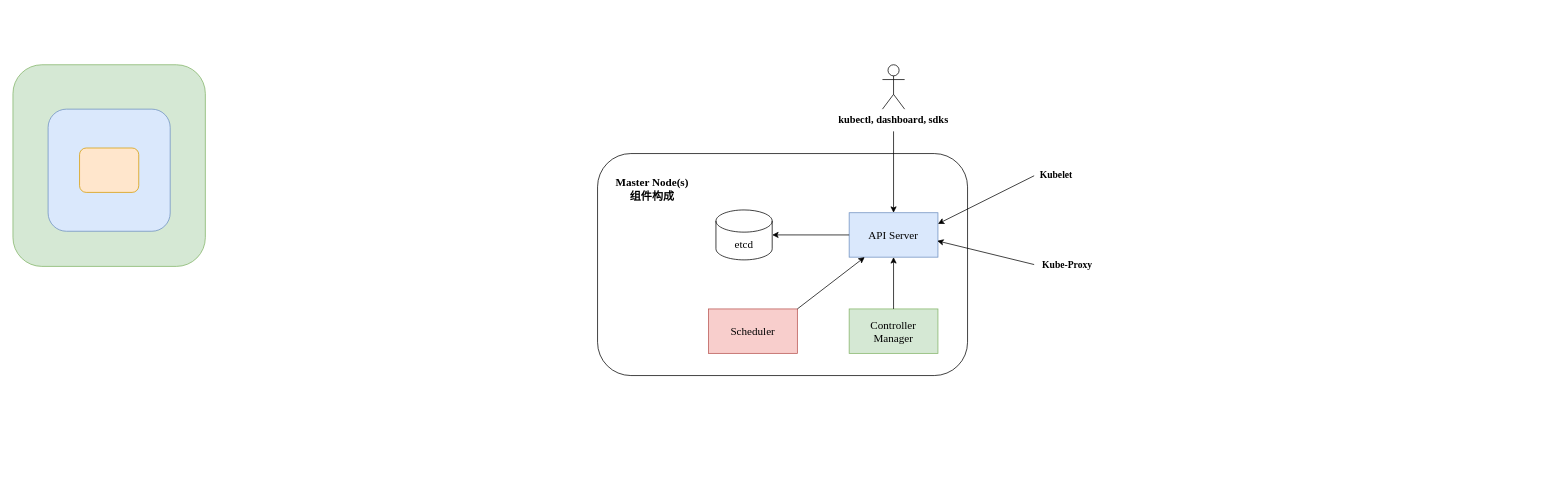
Earlier version of the draw.io diagram k8s.drawio (YingSi163/Effy). Source tidied: cells renumbered, new cells numbered last; positions are measured from the earlier drawing's top-left corner, leaving out a move shared by most shapes. Both pictures are drawn from the tidied source at 74%, with x=0, y=0 at pixel (13, 64).
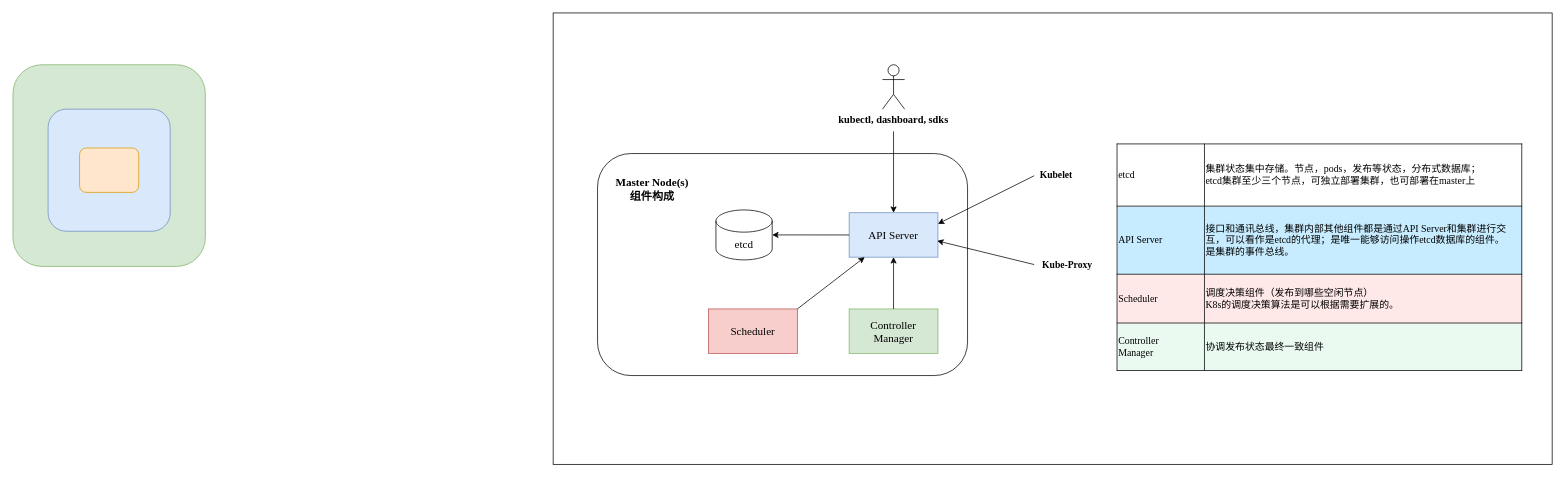
Above is the later version.

What changed in the source:
```diff
@@
+    <mxCell id="21" style="rounded=0;whiteSpace=wrap;html=1;labelBackgroundColor=none;labelBorderColor=default;fontFamily=Times New Roman;fontSize=15;" parent="1" vertex="1">
+      <mxGeometry x="730" y="-70" width="1350" height="610" as="geometry" />
+    </mxCell>
@@
+    <mxCell id="22" value="&lt;table style=&quot;border-collapse:collapse&quot;&gt;&lt;colgroup&gt;&lt;col style=&quot;width: 139px;&quot; width=&quot;139&quot;&gt;&lt;col style=&quot;width: 564px;&quot; width=&quot;564&quot;&gt;&lt;/colgroup&gt;&lt;tbody&gt;&lt;tr style=&quot;mso-height-source:userset;height:84px;&quot; height=&quot;84&quot;&gt;&lt;td style=&quot;font-size:10pt;color:#000000;border-left: .5pt solid #000000;border-top: .5pt solid #000000;border-right: .5pt solid #000000;border-bottom: .5pt solid #000000;text-align:left;mso-number-format: 'General';&quot;&gt;&lt;font style=&quot;font-size:10pt;color:#000000;&quot;&gt;etcd&lt;/font&gt;&lt;/td&gt;&lt;td style=&quot;font-size: 10pt; color: rgb(0, 0, 0); border-width: 0.5pt; border-style: solid; border-color: rgb(0, 0, 0); text-align: left;&quot;&gt;&lt;font style=&quot;font-size:10pt;color:#000000;&quot;&gt;集群状态集中存储。节点，pods，发布等状态，分布式数据库；&lt;br style=&quot;mso-data-placement:same-cell;&quot;&gt;etcd集群至少三个节点，可独立部署集群，也可部署在master上&lt;/font&gt;&lt;/td&gt;&lt;/tr&gt;&lt;tr style=&quot;mso-height-source:userset;height:92px;&quot; height=&quot;92&quot;&gt;&lt;td style=&quot;background-color:#c7ecff;font-size:10pt;color:#000000;border-left: .5pt solid #000000;border-top: .5pt solid #000000;border-right: .5pt solid #000000;border-bottom: .5pt solid #000000;text-align:left;mso-number-format: 'General';&quot;&gt;&lt;font style=&quot;font-size:10pt;color:#000000;&quot;&gt;API Server&lt;/font&gt;&lt;/td&gt;&lt;td style=&quot;background-color: rgb(199, 236, 255); font-size: 10pt; color: rgb(0, 0, 0); border-width: 0.5pt; border-style: solid; border-color: rgb(0, 0, 0); text-align: left;&quot;&gt;&lt;font style=&quot;font-size:10pt;color:#000000;&quot;&gt;接口和通讯总线，集群内部其他组件都是通过API Server和集群进行交互，可以看作是etcd的代理；是唯一能够访问操作etcd数据库的组件。&lt;br style=&quot;mso-data-placement:same-cell;&quot;&gt;是集群的事件总线。&lt;/font&gt;&lt;/td&gt;&lt;/tr&gt;&lt;tr style=&quot;mso-height-source:userset;height:66px;&quot; height=&quot;66&quot;&gt;&lt;td style=&quot;background-color:#ffe9e8;font-size:10pt;color:#000000;border-left: .5pt solid #000000;border-top: .5pt solid #000000;border-right: .5pt solid #000000;border-bottom: .5pt solid #000000;text-align:left;mso-number-format: 'General';&quot;&gt;&lt;font style=&quot;font-size:10pt;color:#000000;&quot;&gt;Scheduler&lt;/font&gt;&lt;/td&gt;&lt;td style=&quot;background-color: rgb(255, 233, 232); font-size: 10pt; color: rgb(0, 0, 0); border-width: 0.5pt; border-style: solid; border-color: rgb(0, 0, 0); text-align: left;&quot;&gt;&lt;font style=&quot;font-size:10pt;color:#000000;&quot;&gt;调度决策组件（发布到哪些空闲节点）&lt;br style=&quot;mso-data-placement:same-cell;&quot;&gt;K8s的调度决策算法是可以根据需要扩展的。&lt;/font&gt;&lt;/td&gt;&lt;/tr&gt;&lt;tr style=&quot;mso-height-source:userset;height:64px;&quot; height=&quot;64&quot;&gt;&lt;td style=&quot;background-color: rgb(234, 250, 241); font-size: 10pt; color: rgb(0, 0, 0); border-width: 0.5pt; border-style: solid; border-color: rgb(0, 0, 0); text-align: left;&quot;&gt;&lt;font style=&quot;font-size:10pt;color:#000000;&quot;&gt;Controller &lt;br style=&quot;mso-data-placement:same-cell;&quot;&gt;Manager&lt;/font&gt;&lt;/td&gt;&lt;td style=&quot;background-color:#eafaf1;font-size:10pt;color:#000000;border-left: .5pt solid #000000;border-top: .5pt solid #000000;border-right: .5pt solid #000000;border-bottom: .5pt solid #000000;text-align:left;mso-number-format: 'General';&quot;&gt;&lt;font style=&quot;font-size:10pt;color:#000000;&quot;&gt;协调发布状态最终一致组件&lt;/font&gt;&lt;/td&gt;&lt;/tr&gt;&lt;/tbody&gt;&lt;/table&gt;" style="text;whiteSpace=wrap;html=1;fontSize=15;fontFamily=Times New Roman;" parent="1" vertex="1">
+      <mxGeometry x="1490" y="100" width="550" height="320" as="geometry" />
+    </mxCell>
```
